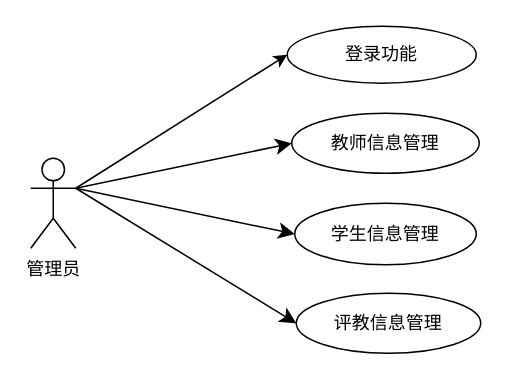
This is page "管理员" (1 of 7) of 未命名绘图.drawio from mao-user/2024code, a draw.io file, before an edit. Source tidied: cells renumbered, new cells numbered last; positions are measured from the earlier drawing's top-left corner, leaving out a move shared by most shapes. Both pictures are drawn from the tidied source at 150%, with x=0, y=0 at pixel (30, 26).
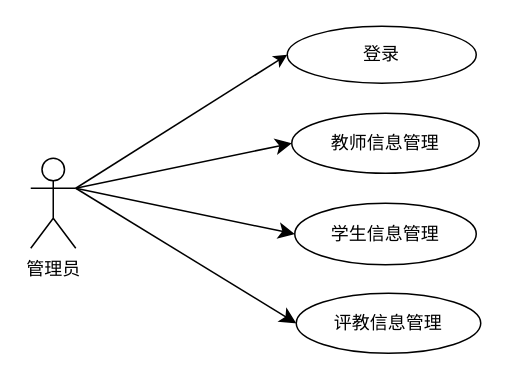
After the change.

The edit, as a diff of the source:
```diff
@@
 <mxGraphModel>
   <root>
     <mxCell id="0" />
     <mxCell id="1" parent="0" />
     <mxCell id="2" style="edgeStyle=none;curved=1;rounded=0;jettySize=auto;html=1;exitX=1;exitY=0.3333333333333333;exitDx=0;exitDy=0;exitPerimeter=0;entryX=0;entryY=0.5;entryDx=0;entryDy=0;fontSize=12;startSize=8;endSize=8;" parent="1" edge="1" source="6" target="7">
       <mxGeometry relative="1" as="geometry" />
     </mxCell>
     <mxCell id="3" style="edgeStyle=none;curved=1;rounded=0;jettySize=auto;html=1;exitX=1;exitY=0.3333333333333333;exitDx=0;exitDy=0;exitPerimeter=0;entryX=0;entryY=0.5;entryDx=0;entryDy=0;fontSize=12;startSize=8;endSize=8;" parent="1" edge="1" source="6" target="8">
       <mxGeometry relative="1" as="geometry" />
     </mxCell>
     <mxCell id="4" style="edgeStyle=none;curved=1;rounded=0;jettySize=auto;html=1;exitX=1;exitY=0.3333333333333333;exitDx=0;exitDy=0;exitPerimeter=0;entryX=0;entryY=0.5;entryDx=0;entryDy=0;fontSize=12;startSize=8;endSize=8;" parent="1" edge="1" source="6" target="9">
       <mxGeometry relative="1" as="geometry" />
     </mxCell>
     <mxCell id="5" style="edgeStyle=none;rounded=0;jettySize=auto;html=1;exitX=1;exitY=0.3333333333333333;exitDx=0;exitDy=0;exitPerimeter=0;entryX=0;entryY=0.5;entryDx=0;entryDy=0;" parent="1" edge="1" source="6" target="10">
       <mxGeometry relative="1" as="geometry" />
     </mxCell>
     <mxCell id="6" value="管理员" style="shape=umlActor;verticalLabelPosition=bottom;verticalAlign=top;html=1;outlineConnect=0;" parent="1" vertex="1">
       <mxGeometry y="88" width="30" height="60" as="geometry" />
     </mxCell>
     <mxCell id="7" value="教师信息管理" style="ellipse;whiteSpace=wrap;html=1;" parent="1" vertex="1">
       <mxGeometry x="174" y="58" width="125" height="40" as="geometry" />
     </mxCell>
     <mxCell id="8" value="学生信息管理" style="ellipse;whiteSpace=wrap;html=1;" parent="1" vertex="1">
       <mxGeometry x="176" y="118" width="121" height="41" as="geometry" />
     </mxCell>
     <mxCell id="9" value="评教信息管理" style="ellipse;whiteSpace=wrap;html=1;" parent="1" vertex="1">
       <mxGeometry x="177" y="178" width="123" height="40" as="geometry" />
     </mxCell>
-    <mxCell id="10" value="登录功能" style="ellipse;whiteSpace=wrap;html=1;" parent="1" vertex="1">
+    <mxCell id="10" value="登录" style="ellipse;whiteSpace=wrap;html=1;" parent="1" vertex="1">
       <mxGeometry x="171" width="126" height="38" as="geometry" />
     </mxCell>
   </root>
 </mxGraphModel>
```
